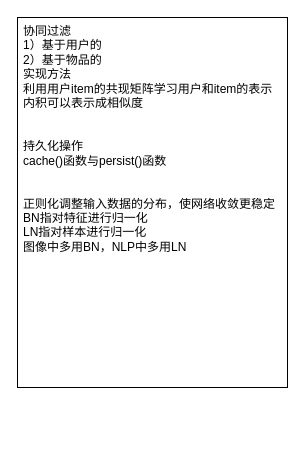
The draw.io diagram 推荐八股.drawio in limpid-11/drawio, before the edit. Source tidied: cells renumbered, new cells numbered last; positions are measured from the earlier drawing's top-left corner, leaving out a move shared by most shapes. Both pictures are drawn from the tidied source at 100%, with x=0, y=0 at pixel (17, 17).
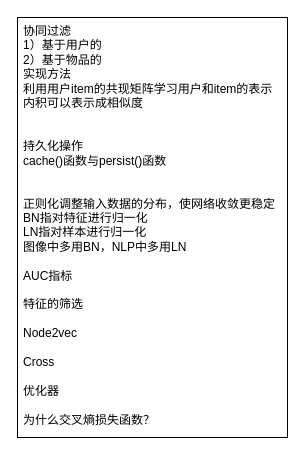
The same page after the edit.

Commit message:
更新推荐八股.drawio

Diff of the diagram source:
```diff
@@
 <mxGraphModel>
   <root>
     <mxCell id="0" />
     <mxCell id="1" parent="0" />
-    <mxCell id="2" value="协同过滤&lt;div&gt;1）基于用户的&lt;/div&gt;&lt;div&gt;2）基于物品的&lt;/div&gt;&lt;div&gt;实现方法&lt;/div&gt;&lt;div&gt;利用用户item的共现矩阵学习用户和item的表示&lt;/div&gt;&lt;div&gt;内积可以表示成相似度&lt;/div&gt;&lt;div&gt;&lt;br&gt;&lt;/div&gt;&lt;div&gt;&lt;br&gt;&lt;/div&gt;&lt;div&gt;持久化操作&lt;/div&gt;&lt;div&gt;cache()函数与persist()函数&lt;/div&gt;&lt;div&gt;&lt;br&gt;&lt;/div&gt;&lt;div&gt;&lt;br&gt;&lt;/div&gt;&lt;div&gt;正则化调整输入数据的分布，使网络收敛更稳定&lt;/div&gt;&lt;div&gt;BN指对特征进行归一化&lt;/div&gt;&lt;div&gt;LN指对样本进行归一化&lt;/div&gt;&lt;div&gt;图像中多用BN，NLP中多用LN&lt;/div&gt;&lt;div&gt;&lt;br&gt;&lt;/div&gt;&lt;div&gt;&lt;br&gt;&lt;/div&gt;" style="rounded=0;whiteSpace=wrap;html=1;align=left;verticalAlign=top;spacingLeft=4;" parent="1" vertex="1">
-      <mxGeometry width="270" height="370" as="geometry" />
+    <mxCell id="2" value="协同过滤&lt;div&gt;1）基于用户的&lt;/div&gt;&lt;div&gt;2）基于物品的&lt;/div&gt;&lt;div&gt;实现方法&lt;/div&gt;&lt;div&gt;利用用户item的共现矩阵学习用户和item的表示&lt;/div&gt;&lt;div&gt;内积可以表示成相似度&lt;/div&gt;&lt;div&gt;&lt;br&gt;&lt;/div&gt;&lt;div&gt;&lt;br&gt;&lt;/div&gt;&lt;div&gt;持久化操作&lt;/div&gt;&lt;div&gt;cache()函数与persist()函数&lt;/div&gt;&lt;div&gt;&lt;br&gt;&lt;/div&gt;&lt;div&gt;&lt;br&gt;&lt;/div&gt;&lt;div&gt;正则化调整输入数据的分布，使网络收敛更稳定&lt;/div&gt;&lt;div&gt;BN指对特征进行归一化&lt;/div&gt;&lt;div&gt;LN指对样本进行归一化&lt;/div&gt;&lt;div&gt;图像中多用BN，NLP中多用LN&lt;/div&gt;&lt;div&gt;&lt;br&gt;&lt;/div&gt;&lt;div&gt;AUC指标&lt;/div&gt;&lt;div&gt;&lt;br&gt;&lt;/div&gt;&lt;div&gt;特征的筛选&lt;/div&gt;&lt;div&gt;&lt;br&gt;&lt;/div&gt;&lt;div&gt;Node2vec&lt;/div&gt;&lt;div&gt;&lt;br&gt;&lt;/div&gt;&lt;div&gt;Cross&lt;/div&gt;&lt;div&gt;&lt;br&gt;&lt;/div&gt;&lt;div&gt;优化器&lt;/div&gt;&lt;div&gt;&lt;br&gt;&lt;/div&gt;&lt;div&gt;为什么交叉熵损失函数？&lt;/div&gt;" style="rounded=0;whiteSpace=wrap;html=1;align=left;verticalAlign=top;spacingLeft=4;" parent="1" vertex="1">
+      <mxGeometry width="270" height="420" as="geometry" />
     </mxCell>
   </root>
 </mxGraphModel>
```
